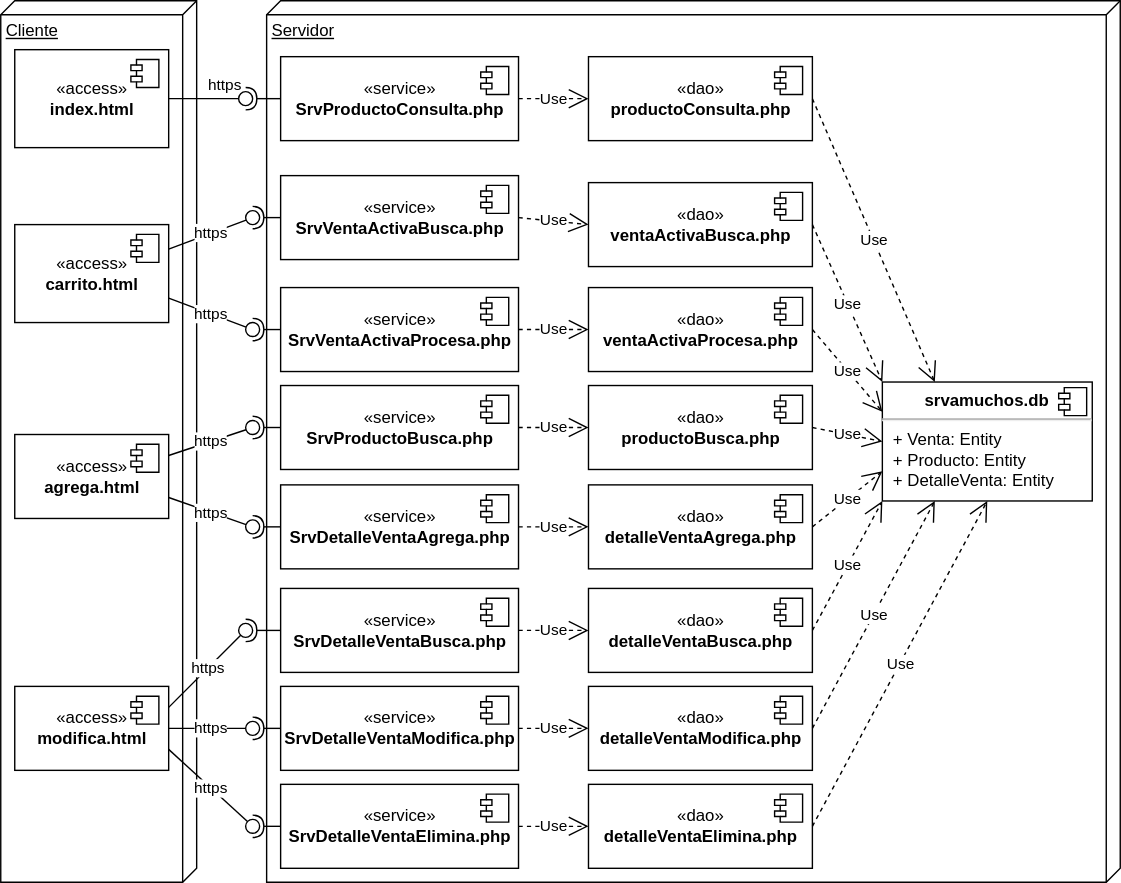
Before: docs/img/m21compras/comprasdeploy.drawio.svg, a diagram exported from draw.io (gilpgawoas/gilpgawoas.github.io). Source tidied: cells renumbered, new cells last; positions are measured from the earlier drawing's top-left corner, leaving out a move shared by most shapes.
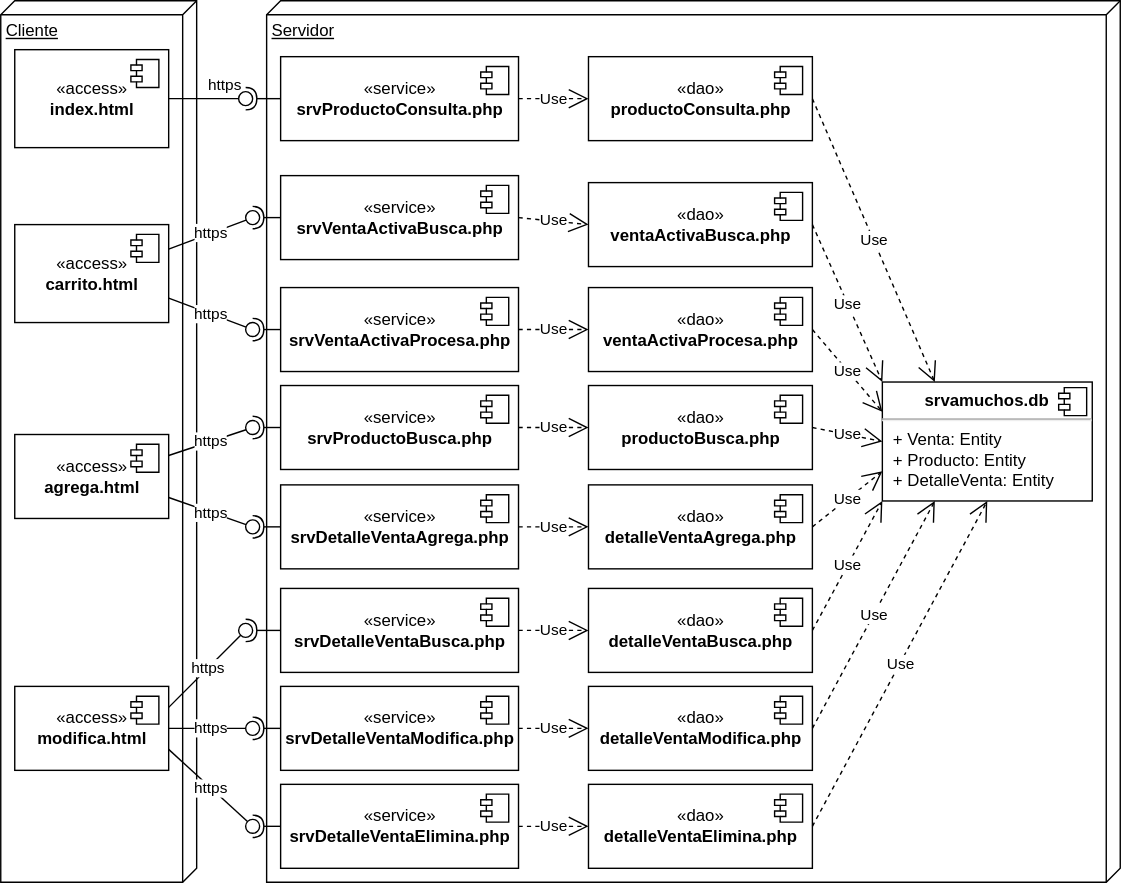
The same diagram one commit later.

What changed in the source:
```diff
@@ -16,7 +16,7 @@
     <mxCell id="5" value="Servidor" style="verticalAlign=top;align=left;spacingTop=8;spacingLeft=2;spacingRight=12;shape=cube;size=10;direction=south;fontStyle=4;html=1;" parent="1" vertex="1">
       <mxGeometry x="190" width="610" height="630" as="geometry" />
     </mxCell>
-    <mxCell id="6" value="«service»&lt;br&gt;&lt;b&gt;SrvProductoConsulta.php&lt;/b&gt;" style="html=1;" parent="1" vertex="1">
+    <mxCell id="6" value="«service»&lt;br&gt;&lt;b&gt;srvProductoConsulta.php&lt;/b&gt;" style="html=1;" parent="1" vertex="1">
       <mxGeometry x="200" y="40" width="170" height="60" as="geometry" />
     </mxCell>
     <mxCell id="7" style="shape=module;jettyWidth=8;jettyHeight=4;" parent="6" vertex="1">
@@ -112,7 +112,7 @@
         <mxPoint x="-27" y="7" as="offset" />
       </mxGeometry>
     </mxCell>
-    <mxCell id="32" value="«service»&lt;br&gt;&lt;b&gt;SrvVentaActivaBusca.php&lt;/b&gt;" style="html=1;" parent="1" vertex="1">
+    <mxCell id="32" value="«service»&lt;br&gt;&lt;b&gt;srvVentaActivaBusca.php&lt;/b&gt;" style="html=1;" parent="1" vertex="1">
       <mxGeometry x="200" y="125" width="170" height="60" as="geometry" />
     </mxCell>
     <mxCell id="33" style="shape=module;jettyWidth=8;jettyHeight=4;" parent="32" vertex="1">
@@ -120,7 +120,7 @@
         <mxPoint x="-27" y="7" as="offset" />
       </mxGeometry>
     </mxCell>
-    <mxCell id="34" value="«service»&lt;br&gt;&lt;b&gt;SrvProductoBusca.php&lt;/b&gt;" style="html=1;" parent="1" vertex="1">
+    <mxCell id="34" value="«service»&lt;br&gt;&lt;b&gt;srvProductoBusca.php&lt;/b&gt;" style="html=1;" parent="1" vertex="1">
       <mxGeometry x="200" y="275" width="170" height="60" as="geometry" />
     </mxCell>
     <mxCell id="35" style="shape=module;jettyWidth=8;jettyHeight=4;" parent="34" vertex="1">
@@ -128,7 +128,7 @@
         <mxPoint x="-27" y="7" as="offset" />
       </mxGeometry>
     </mxCell>
-    <mxCell id="36" value="«service»&lt;br&gt;&lt;b&gt;SrvDetalleVentaAgrega.php&lt;/b&gt;" style="html=1;" parent="1" vertex="1">
+    <mxCell id="36" value="«service»&lt;br&gt;&lt;b&gt;srvDetalleVentaAgrega.php&lt;/b&gt;" style="html=1;" parent="1" vertex="1">
       <mxGeometry x="200" y="346" width="170" height="60" as="geometry" />
     </mxCell>
     <mxCell id="37" style="shape=module;jettyWidth=8;jettyHeight=4;" parent="36" vertex="1">
@@ -136,7 +136,7 @@
         <mxPoint x="-27" y="7" as="offset" />
       </mxGeometry>
     </mxCell>
-    <mxCell id="38" value="«service»&lt;br&gt;&lt;b&gt;SrvDetalleVentaBusca.php&lt;/b&gt;" style="html=1;" parent="1" vertex="1">
+    <mxCell id="38" value="«service»&lt;br&gt;&lt;b&gt;srvDetalleVentaBusca.php&lt;/b&gt;" style="html=1;" parent="1" vertex="1">
       <mxGeometry x="200" y="420" width="170" height="60" as="geometry" />
     </mxCell>
     <mxCell id="39" style="shape=module;jettyWidth=8;jettyHeight=4;" parent="38" vertex="1">
@@ -165,7 +165,7 @@
     <mxCell id="45" style="ellipse;whiteSpace=wrap;html=1;align=center;points=[];outlineConnect=0;sketch=0;" parent="1" vertex="1">
       <mxGeometry x="170" y="65" width="10" height="10" as="geometry" />
     </mxCell>
-    <mxCell id="46" value="«service»&lt;br&gt;&lt;b&gt;SrvVentaActivaProcesa.php&lt;/b&gt;" style="html=1;" parent="1" vertex="1">
+    <mxCell id="46" value="«service»&lt;br&gt;&lt;b&gt;srvVentaActivaProcesa.php&lt;/b&gt;" style="html=1;" parent="1" vertex="1">
       <mxGeometry x="200" y="205" width="170" height="60" as="geometry" />
     </mxCell>
     <mxCell id="47" style="shape=module;jettyWidth=8;jettyHeight=4;" parent="46" vertex="1">
@@ -254,7 +254,7 @@
     <mxCell id="70" style="ellipse;whiteSpace=wrap;html=1;align=center;fillColor=none;strokeColor=none;perimeter=centerPerimeter;points=[];outlineConnect=1;" parent="1" vertex="1">
       <mxGeometry x="175" y="371" width="10" height="10" as="geometry" />
     </mxCell>
-    <mxCell id="71" value="«service»&lt;br&gt;&lt;b&gt;SrvDetalleVentaModifica.php&lt;/b&gt;" style="html=1;" parent="1" vertex="1">
+    <mxCell id="71" value="«service»&lt;br&gt;&lt;b&gt;srvDetalleVentaModifica.php&lt;/b&gt;" style="html=1;" parent="1" vertex="1">
       <mxGeometry x="200" y="490" width="170" height="60" as="geometry" />
     </mxCell>
     <mxCell id="72" style="shape=module;jettyWidth=8;jettyHeight=4;" parent="71" vertex="1">
@@ -262,7 +262,7 @@
         <mxPoint x="-27" y="7" as="offset" />
       </mxGeometry>
     </mxCell>
-    <mxCell id="73" value="«service»&lt;br&gt;&lt;b&gt;SrvDetalleVentaElimina.php&lt;/b&gt;" style="html=1;" parent="1" vertex="1">
+    <mxCell id="73" value="«service»&lt;br&gt;&lt;b&gt;srvDetalleVentaElimina.php&lt;/b&gt;" style="html=1;" parent="1" vertex="1">
       <mxGeometry x="200" y="560" width="170" height="60" as="geometry" />
     </mxCell>
     <mxCell id="74" style="shape=module;jettyWidth=8;jettyHeight=4;" parent="73" vertex="1">
```
